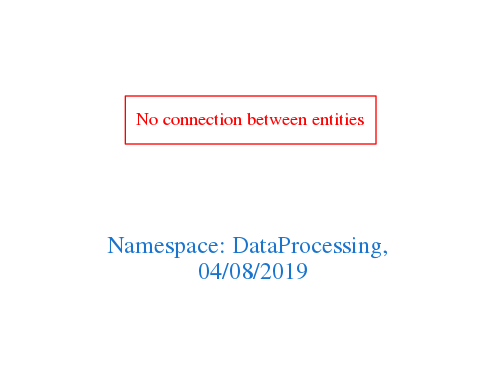
This is downloads/DataProcessing.png from arago/OGIT, a Graphviz export, as it was before one commit. Its source is kept beside it as downloads/DataProcessing.dot. Its diagram source:
```dot
digraph OGIT_ontology {
 graph [ rankdir= LR,pad=1
fontsize = 18,
fontcolor= dodgerblue3,label = "\n\n\nNamespace: DataProcessing, \n 04/08/2019"];
node[shape=polygon];
edge [  color="gray81"];

"No connection between entities" [fontcolor = "red",color="red", shape="polygon"]
}
```
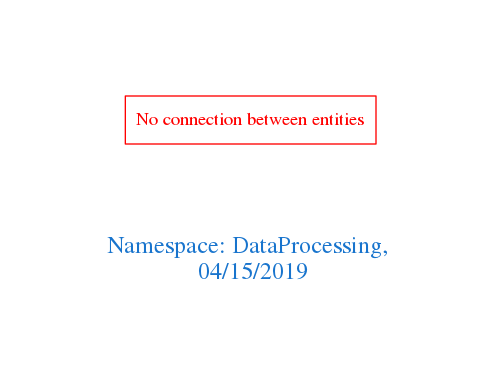
Later version of the same file.

The edit, as a diff of the source:
```diff
@@ -1,7 +1,7 @@
 digraph OGIT_ontology {
  graph [ rankdir= LR,pad=1
 fontsize = 18,
-fontcolor= dodgerblue3,label = "\n\n\nNamespace: DataProcessing, \n 04/08/2019"];
+fontcolor= dodgerblue3,label = "\n\n\nNamespace: DataProcessing, \n 04/15/2019"];
 node[shape=polygon];
 edge [  color="gray81"];
 
```
